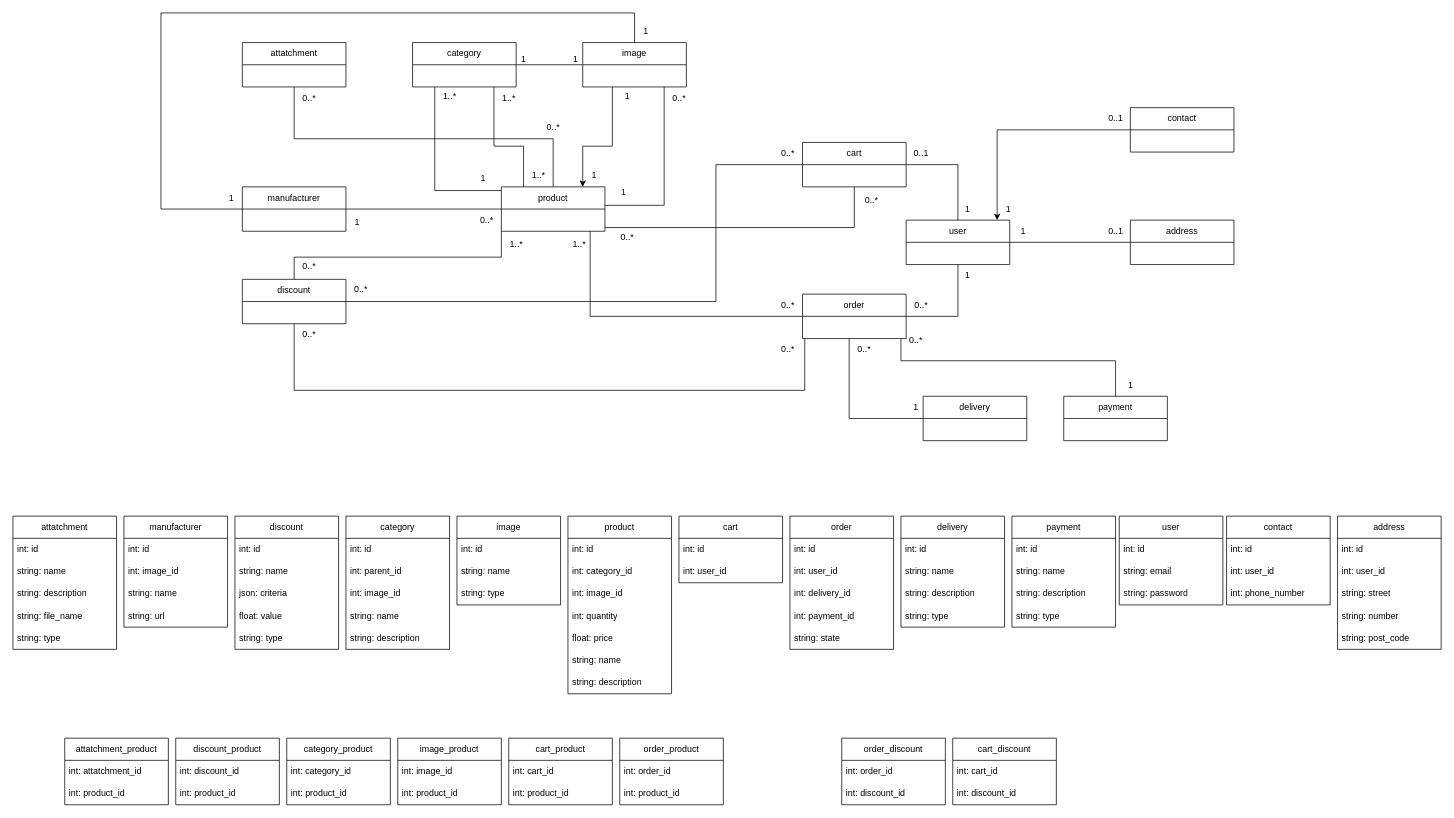
Above: my_shop/Database_Structure.drawio in MateuszCzo/Symfony (draw.io), before the change. Source tidied: cells renumbered, new cells numbered last; positions are measured from the earlier drawing's top-left corner, leaving out a move shared by most shapes. Both pictures are drawn from the tidied source at 74%, with x=0, y=0 at pixel (13, 13).
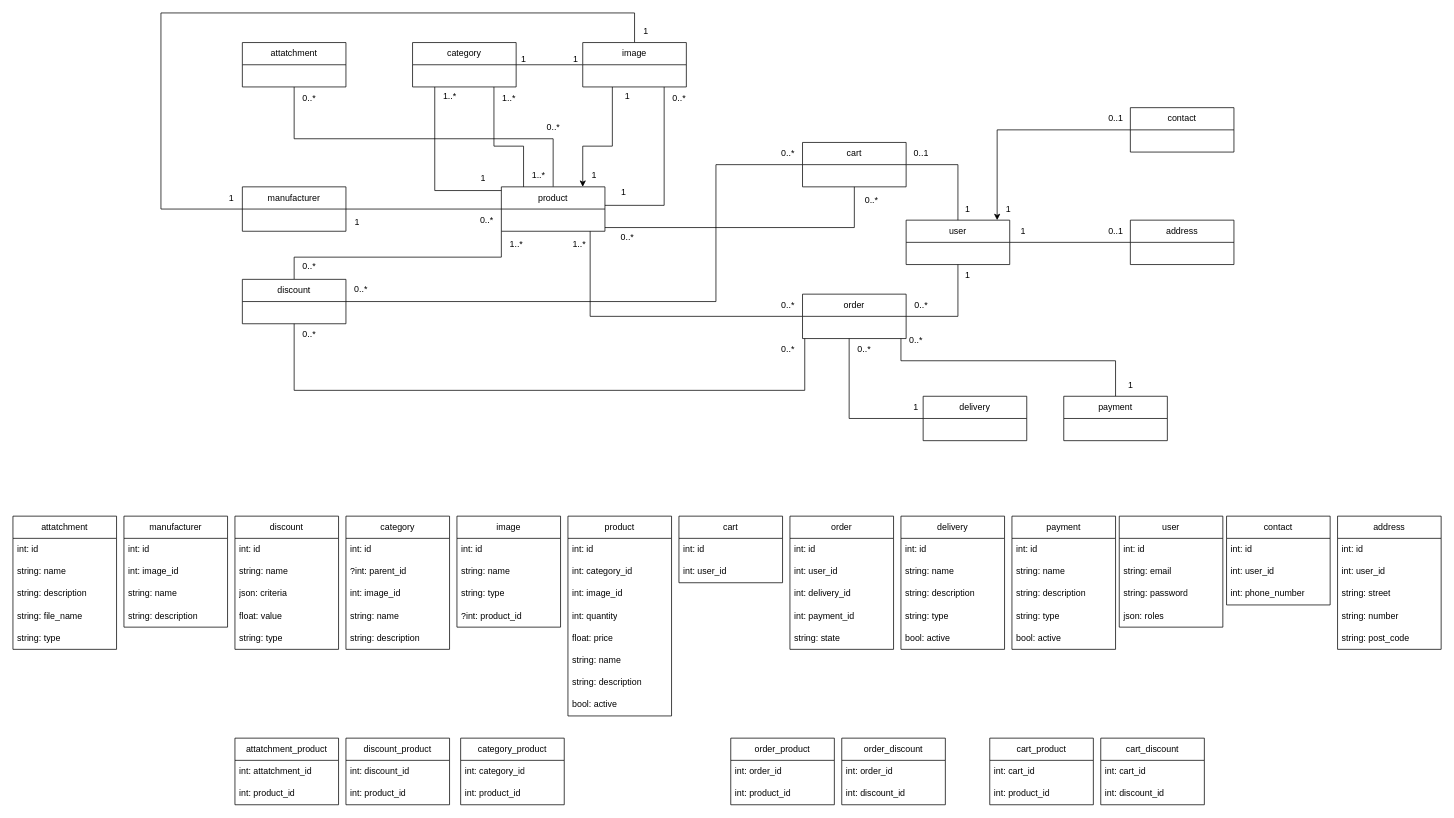
Above is the later version.

Commit message:
update database structure

The change refers to these unchanged cells:
```xml
<mxCell id="61" value="manufacturer" style="swimlane;fontStyle=0;horizontal=1;startSize=30;whiteSpace=wrap;html=1;" parent="1" vertex="1">
  <mxGeometry x="150" y="680" width="140" height="150" as="geometry" />
</mxCell>
<mxCell id="66" value="category" style="swimlane;fontStyle=0;horizontal=1;startSize=30;whiteSpace=wrap;html=1;" parent="1" vertex="1">
  <mxGeometry x="450" y="680" width="140" height="180" as="geometry" />
</mxCell>
```

Diff of the diagram source:
```diff
@@
-    <mxCell id="65" value="string: url" style="text;strokeColor=none;fillColor=none;align=left;verticalAlign=middle;spacingLeft=4;spacingRight=4;overflow=hidden;whiteSpace=wrap;html=1;" parent="61" vertex="1">
-      <mxGeometry y="120" width="140" height="30" as="geometry" />
-    </mxCell>
+    <mxCell id="165" value="string: description" style="text;strokeColor=none;fillColor=none;align=left;verticalAlign=middle;spacingLeft=4;spacingRight=4;overflow=hidden;whiteSpace=wrap;html=1;" parent="61" vertex="1">
+      <mxGeometry y="120" width="140" height="30" as="geometry" />
+    </mxCell>
@@
-    <mxCell id="68" value="int: parent_id" style="text;strokeColor=none;fillColor=none;align=left;verticalAlign=middle;spacingLeft=4;spacingRight=4;overflow=hidden;whiteSpace=wrap;html=1;" parent="66" vertex="1">
+    <mxCell id="68" value="?int: parent_id" style="text;strokeColor=none;fillColor=none;align=left;verticalAlign=middle;spacingLeft=4;spacingRight=4;overflow=hidden;whiteSpace=wrap;html=1;" parent="66" vertex="1">
       <mxGeometry y="60" width="140" height="30" as="geometry" />
     </mxCell>
@@
     <mxCell id="72" value="image" style="swimlane;fontStyle=0;horizontal=1;startSize=30;whiteSpace=wrap;html=1;" parent="1" vertex="1">
-      <mxGeometry x="600" y="680" width="140" height="120" as="geometry" />
+      <mxGeometry x="600" y="680" width="140" height="150" as="geometry" />
     </mxCell>
@@
+    <mxCell id="166" value="?int: product_id" style="text;strokeColor=none;fillColor=none;align=left;verticalAlign=middle;spacingLeft=4;spacingRight=4;overflow=hidden;whiteSpace=wrap;html=1;" parent="72" vertex="1">
+      <mxGeometry y="120" width="140" height="30" as="geometry" />
+    </mxCell>
     <mxCell id="76" value="product" style="swimlane;fontStyle=0;horizontal=1;startSize=30;whiteSpace=wrap;html=1;" parent="1" vertex="1">
-      <mxGeometry x="750" y="680" width="140" height="240" as="geometry" />
+      <mxGeometry x="750" y="680" width="140" height="270" as="geometry" />
     </mxCell>
@@
+    <mxCell id="167" value="bool: active" style="text;strokeColor=none;fillColor=none;align=left;verticalAlign=middle;spacingLeft=4;spacingRight=4;overflow=hidden;whiteSpace=wrap;html=1;" parent="76" vertex="1">
+      <mxGeometry y="240" width="140" height="30" as="geometry" />
+    </mxCell>
@@
     <mxCell id="111" value="delivery" style="swimlane;fontStyle=0;horizontal=1;startSize=30;whiteSpace=wrap;html=1;" parent="1" vertex="1">
-      <mxGeometry x="1200" y="680" width="140" height="150" as="geometry" />
+      <mxGeometry x="1200" y="680" width="140" height="180" as="geometry" />
     </mxCell>
@@
+    <mxCell id="168" value="bool: active" style="text;strokeColor=none;fillColor=none;align=left;verticalAlign=middle;spacingLeft=4;spacingRight=4;overflow=hidden;whiteSpace=wrap;html=1;" parent="111" vertex="1">
+      <mxGeometry y="150" width="140" height="30" as="geometry" />
+    </mxCell>
     <mxCell id="116" value="payment" style="swimlane;fontStyle=0;horizontal=1;startSize=30;whiteSpace=wrap;html=1;" parent="1" vertex="1">
-      <mxGeometry x="1350" y="680" width="140" height="150" as="geometry" />
+      <mxGeometry x="1350" y="680" width="140" height="180" as="geometry" />
     </mxCell>
@@
+    <mxCell id="169" value="bool: active" style="text;strokeColor=none;fillColor=none;align=left;verticalAlign=middle;spacingLeft=4;spacingRight=4;overflow=hidden;whiteSpace=wrap;html=1;" parent="116" vertex="1">
+      <mxGeometry y="150" width="140" height="30" as="geometry" />
+    </mxCell>
     <mxCell id="121" value="user" style="swimlane;fontStyle=0;horizontal=1;startSize=30;whiteSpace=wrap;html=1;" parent="1" vertex="1">
-      <mxGeometry x="1495" y="680" width="140" height="120" as="geometry" />
+      <mxGeometry x="1495" y="680" width="140" height="150" as="geometry" />
     </mxCell>
@@
+    <mxCell id="170" value="json: roles" style="text;strokeColor=none;fillColor=none;align=left;verticalAlign=middle;spacingLeft=4;spacingRight=4;overflow=hidden;whiteSpace=wrap;html=1;" parent="121" vertex="1">
+      <mxGeometry y="120" width="140" height="30" as="geometry" />
+    </mxCell>
@@
     <mxCell id="129" value="attatchment_product" style="swimlane;fontStyle=0;horizontal=1;startSize=30;whiteSpace=wrap;html=1;" parent="1" vertex="1">
-      <mxGeometry x="70" y="980" width="140" height="90" as="geometry" />
+      <mxGeometry x="300" y="980" width="140" height="90" as="geometry" />
     </mxCell>
@@
     <mxCell id="132" value="discount_product" style="swimlane;fontStyle=0;horizontal=1;startSize=30;whiteSpace=wrap;html=1;" parent="1" vertex="1">
-      <mxGeometry x="220" y="980" width="140" height="90" as="geometry" />
+      <mxGeometry x="450" y="980" width="140" height="90" as="geometry" />
     </mxCell>
@@
     <mxCell id="135" value="category_product" style="swimlane;fontStyle=0;horizontal=1;startSize=30;whiteSpace=wrap;html=1;" parent="1" vertex="1">
-      <mxGeometry x="370" y="980" width="140" height="90" as="geometry" />
+      <mxGeometry x="605" y="980" width="140" height="90" as="geometry" />
     </mxCell>
@@
-    <mxCell id="138" value="image_product" style="swimlane;fontStyle=0;horizontal=1;startSize=30;whiteSpace=wrap;html=1;" parent="1" vertex="1">
-      <mxGeometry x="520" y="980" width="140" height="90" as="geometry" />
-    </mxCell>
-    <mxCell id="139" value="int: image_id" style="text;strokeColor=none;fillColor=none;align=left;verticalAlign=middle;spacingLeft=4;spacingRight=4;overflow=hidden;whiteSpace=wrap;html=1;" parent="138" vertex="1">
-      <mxGeometry y="30" width="140" height="30" as="geometry" />
-    </mxCell>
-    <mxCell id="140" value="int: product_id" style="text;strokeColor=none;fillColor=none;align=left;verticalAlign=middle;spacingLeft=4;spacingRight=4;overflow=hidden;whiteSpace=wrap;html=1;" parent="138" vertex="1">
-      <mxGeometry y="60" width="140" height="30" as="geometry" />
-    </mxCell>
     <mxCell id="141" value="cart_product" style="swimlane;fontStyle=0;horizontal=1;startSize=30;whiteSpace=wrap;html=1;" parent="1" vertex="1">
-      <mxGeometry x="670" y="980" width="140" height="90" as="geometry" />
+      <mxGeometry x="1320" y="980" width="140" height="90" as="geometry" />
     </mxCell>
@@
     <mxCell id="144" value="order_product" style="swimlane;fontStyle=0;horizontal=1;startSize=30;whiteSpace=wrap;html=1;" parent="1" vertex="1">
-      <mxGeometry x="820" y="980" width="140" height="90" as="geometry" />
+      <mxGeometry x="970" y="980" width="140" height="90" as="geometry" />
     </mxCell>
@@
     <mxCell id="154" value="cart_discount" style="swimlane;fontStyle=0;horizontal=1;startSize=30;whiteSpace=wrap;html=1;" parent="1" vertex="1">
-      <mxGeometry x="1270" y="980" width="140" height="90" as="geometry" />
+      <mxGeometry x="1470" y="980" width="140" height="90" as="geometry" />
     </mxCell>
```
